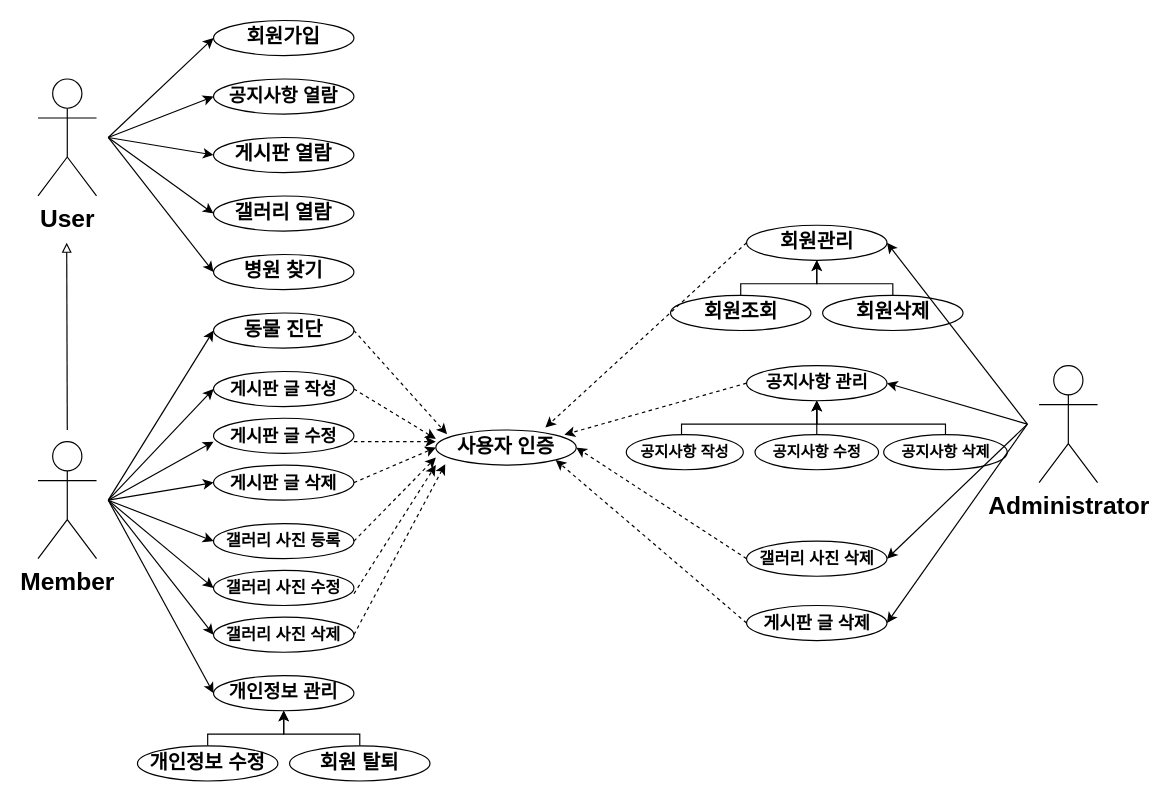
Before: UC/usecase.drawio in ch990916/PetDisease, a draw.io diagram. Source tidied: cells renumbered, new cells numbered last; positions are measured from the earlier drawing's top-left corner, leaving out a move shared by most shapes. Both pictures are drawn from the tidied source at 117%, with x=0, y=0 at pixel (37, 20).
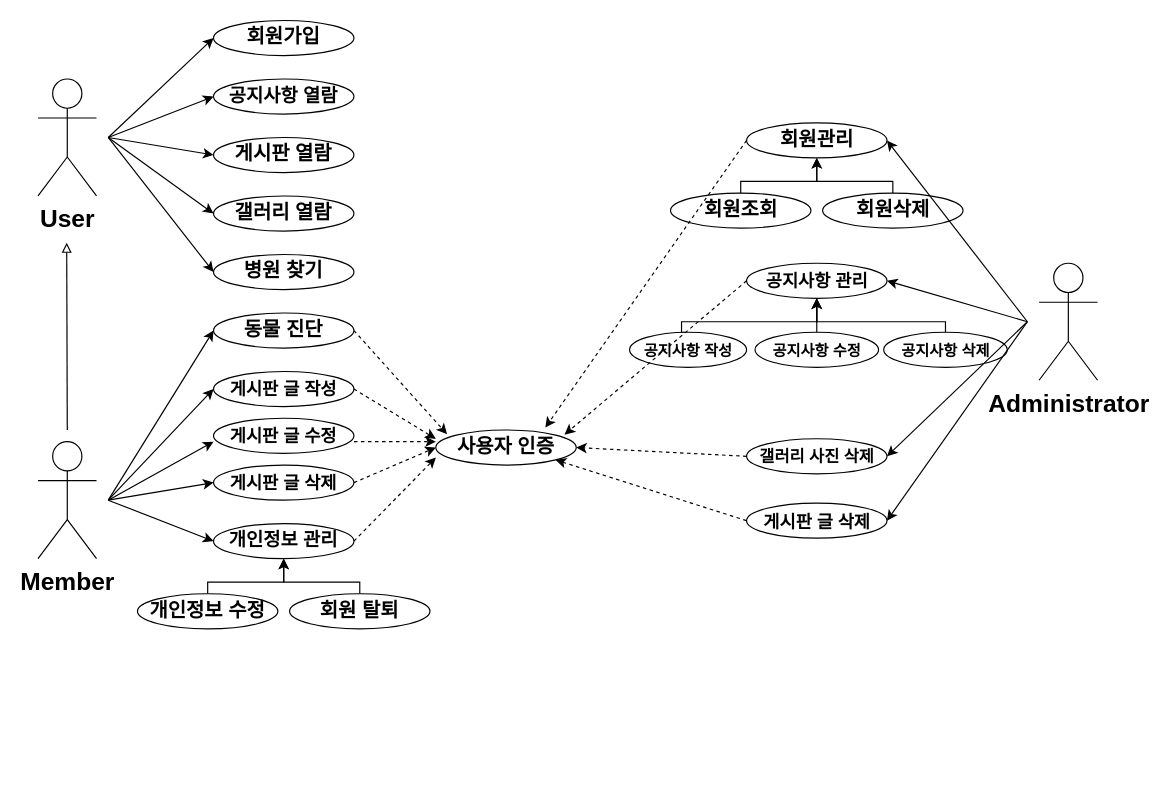
Above is the later version.

Commit message (it also covers changes not shown here):
변경사항   1) 다이어그램 갤러리 관련 삭제   2) 회원가입 시나리오 이메일 부분 추가 (인증 관련 추후 추가 고려)

Unchanged cells that the change refers to:
```xml
<mxCell id="11" value="&lt;span style=&quot;font-size: 17px;&quot;&gt;&lt;b&gt;사용자 인증&lt;/b&gt;&lt;/span&gt;" style="ellipse;whiteSpace=wrap;html=1;" parent="1" vertex="1">
  <mxGeometry x="340" y="350" width="120" height="30" as="geometry" />
</mxCell>
```

Diff of the diagram source:
```diff
@@
-    <mxCell id="8" value="&lt;font style=&quot;font-size: 14px;&quot;&gt;&lt;b style=&quot;font-size: 14px;&quot;&gt;갤러리 사진 등록&lt;/b&gt;&lt;/font&gt;" style="ellipse;whiteSpace=wrap;html=1;fontSize=14;" parent="1" vertex="1">
-      <mxGeometry x="150" y="430" width="120" height="30" as="geometry" />
-    </mxCell>
-    <mxCell id="9" value="&lt;font style=&quot;font-size: 14px;&quot;&gt;&lt;b style=&quot;font-size: 14px;&quot;&gt;갤러리 사진 삭제&lt;/b&gt;&lt;/font&gt;" style="ellipse;whiteSpace=wrap;html=1;fontSize=14;" parent="1" vertex="1">
-      <mxGeometry x="150" y="510" width="120" height="30" as="geometry" />
-    </mxCell>
@@
-    <mxCell id="18" style="endArrow=classic;html=1;rounded=0;entryX=0;entryY=0.787;entryDx=0;entryDy=0;exitX=1;exitY=0.5;exitDx=0;exitDy=0;dashed=1;entryPerimeter=0;" parent="1" edge="1" source="8" target="11">
-      <mxGeometry relative="1" as="geometry" />
+    <mxCell id="18" style="endArrow=classic;html=1;rounded=0;entryX=0;entryY=0.787;entryDx=0;entryDy=0;exitX=1;exitY=0.5;exitDx=0;exitDy=0;dashed=1;entryPerimeter=0;" parent="1" edge="1" target="11">
+      <mxGeometry relative="1" as="geometry">
+        <mxPoint x="270" y="445" as="sourcePoint" />
+      </mxGeometry>
     </mxCell>
-    <mxCell id="19" style="endArrow=classic;html=1;rounded=0;entryX=0.067;entryY=0.973;entryDx=0;entryDy=0;exitX=1;exitY=0.5;exitDx=0;exitDy=0;dashed=1;entryPerimeter=0;" parent="1" edge="1" source="9" target="11">
-      <mxGeometry relative="1" as="geometry" />
-    </mxCell>
@@
-    <mxCell id="22" style="endArrow=classic;html=1;rounded=0;entryX=0;entryY=0.5;entryDx=0;entryDy=0;" parent="1" edge="1" target="8">
-      <mxGeometry relative="1" as="geometry">
-        <mxPoint x="60" y="410" as="sourcePoint" />
-      </mxGeometry>
-    </mxCell>
-    <mxCell id="23" style="endArrow=classic;html=1;rounded=0;entryX=0;entryY=0.5;entryDx=0;entryDy=0;" parent="1" edge="1" target="9">
-      <mxGeometry relative="1" as="geometry">
-        <mxPoint x="60" y="410" as="sourcePoint" />
-      </mxGeometry>
-    </mxCell>
@@
     <mxCell id="31" value="Administrator" style="shape=umlActor;verticalLabelPosition=bottom;verticalAlign=top;html=1;fontSize=21;fontStyle=1;" parent="1" vertex="1">
-      <mxGeometry x="855.6" y="295" width="50" height="100" as="geometry" />
+      <mxGeometry x="855.6" y="207.5" width="50" height="100" as="geometry" />
     </mxCell>
     <mxCell id="32" value="&lt;font style=&quot;font-size: 17px;&quot;&gt;&lt;b&gt;회원관리&lt;/b&gt;&lt;/font&gt;" style="ellipse;whiteSpace=wrap;html=1;" parent="1" vertex="1">
-      <mxGeometry x="605.6" y="175" width="120" height="30" as="geometry" />
+      <mxGeometry x="605.6" y="87.5" width="120" height="30" as="geometry" />
     </mxCell>
     <mxCell id="33" style="edgeStyle=orthogonalEdgeStyle;rounded=0;jettySize=auto;html=1;exitX=0.5;exitY=0;exitDx=0;exitDy=0;entryX=0.5;entryY=1;entryDx=0;entryDy=0;" parent="1" edge="1" source="34" target="32">
       <mxGeometry relative="1" as="geometry">
         <Array as="points">
-          <mxPoint x="600.6" y="225" />
-          <mxPoint x="665.6" y="225" />
+          <mxPoint x="600.6" y="137.5" />
+          <mxPoint x="665.6" y="137.5" />
         </Array>
       </mxGeometry>
     </mxCell>
     <mxCell id="34" value="&lt;font style=&quot;font-size: 17px;&quot;&gt;&lt;b&gt;회원조회&lt;/b&gt;&lt;/font&gt;" style="ellipse;whiteSpace=wrap;html=1;" parent="1" vertex="1">
-      <mxGeometry x="540.6" y="235" width="120" height="30" as="geometry" />
+      <mxGeometry x="540.6" y="147.5" width="120" height="30" as="geometry" />
     </mxCell>
     <mxCell id="35" style="edgeStyle=orthogonalEdgeStyle;rounded=0;jettySize=auto;html=1;exitX=0.5;exitY=0;exitDx=0;exitDy=0;entryX=0.5;entryY=1;entryDx=0;entryDy=0;" parent="1" edge="1" source="36" target="32">
       <mxGeometry relative="1" as="geometry">
         <Array as="points">
-          <mxPoint x="730.6" y="225" />
-          <mxPoint x="665.6" y="225" />
+          <mxPoint x="730.6" y="137.5" />
+          <mxPoint x="665.6" y="137.5" />
         </Array>
       </mxGeometry>
     </mxCell>
     <mxCell id="36" value="&lt;font style=&quot;font-size: 17px;&quot;&gt;&lt;b&gt;회원삭제&lt;/b&gt;&lt;/font&gt;" style="ellipse;whiteSpace=wrap;html=1;" parent="1" vertex="1">
-      <mxGeometry x="670.6" y="235" width="120" height="30" as="geometry" />
+      <mxGeometry x="670.6" y="147.5" width="120" height="30" as="geometry" />
     </mxCell>
     <mxCell id="37" value="&lt;font style=&quot;font-size: 17px;&quot;&gt;&lt;b style=&quot;font-size: 15px;&quot;&gt;공지사항 관리&lt;/b&gt;&lt;/font&gt;" style="ellipse;whiteSpace=wrap;html=1;" parent="1" vertex="1">
-      <mxGeometry x="605.6" y="295" width="120" height="30" as="geometry" />
+      <mxGeometry x="605.6" y="207.5" width="120" height="30" as="geometry" />
     </mxCell>
-    <mxCell id="38" style="edgeStyle=orthogonalEdgeStyle;rounded=0;jettySize=auto;html=1;exitX=0.5;exitY=0;exitDx=0;exitDy=0;entryX=0.5;entryY=1;entryDx=0;entryDy=0;" parent="1" edge="1" source="39" target="37">
+    <mxCell id="38" style="edgeStyle=orthogonalEdgeStyle;rounded=0;jettySize=auto;html=1;exitX=0.5;exitY=0;exitDx=0;exitDy=0;entryX=0.5;entryY=1;entryDx=0;entryDy=0;" parent="1" edge="1" target="37">
       <mxGeometry relative="1" as="geometry">
+        <mxPoint x="552.8" y="266.5" as="sourcePoint" />
         <Array as="points">
-          <mxPoint x="550" y="345" />
-          <mxPoint x="666" y="345" />
+          <mxPoint x="550" y="257.5" />
+          <mxPoint x="666" y="257.5" />
         </Array>
       </mxGeometry>
     </mxCell>
     <mxCell id="39" value="&lt;font style=&quot;font-size: 13px;&quot;&gt;&lt;b style=&quot;font-size: 13px;&quot;&gt;공지사항 작성&lt;/b&gt;&lt;/font&gt;" style="ellipse;whiteSpace=wrap;html=1;fontSize=13;" parent="1" vertex="1">
-      <mxGeometry x="502.8" y="354" width="100" height="30" as="geometry" />
+      <mxGeometry x="505.6" y="266.5" width="100" height="30" as="geometry" />
     </mxCell>
     <mxCell id="40" style="edgeStyle=orthogonalEdgeStyle;rounded=0;jettySize=auto;html=1;exitX=0.5;exitY=0;exitDx=0;exitDy=0;entryX=0.5;entryY=1;entryDx=0;entryDy=0;" parent="1" edge="1" source="41" target="37">
       <mxGeometry relative="1" as="geometry">
         <Array as="points">
-          <mxPoint x="776" y="345" />
-          <mxPoint x="666" y="345" />
+          <mxPoint x="776" y="257.5" />
+          <mxPoint x="666" y="257.5" />
         </Array>
       </mxGeometry>
     </mxCell>
     <mxCell id="41" value="&lt;font style=&quot;font-size: 13px;&quot;&gt;&lt;b style=&quot;font-size: 13px;&quot;&gt;공지사항 삭제&lt;/b&gt;&lt;/font&gt;" style="ellipse;whiteSpace=wrap;html=1;fontSize=13;" parent="1" vertex="1">
-      <mxGeometry x="722.8" y="354" width="105.6" height="30" as="geometry" />
+      <mxGeometry x="722.8" y="266.5" width="105.6" height="30" as="geometry" />
     </mxCell>
@@
     <mxCell id="44" value="&lt;font style=&quot;font-size: 14px;&quot;&gt;&lt;b style=&quot;font-size: 14px;&quot;&gt;갤러리 사진 삭제&lt;/b&gt;&lt;/font&gt;" style="ellipse;whiteSpace=wrap;html=1;fontSize=14;" parent="1" vertex="1">
-      <mxGeometry x="605.6" y="445" width="120" height="30" as="geometry" />
+      <mxGeometry x="605.6" y="357.5" width="120" height="30" as="geometry" />
     </mxCell>
     <mxCell id="45" value="&lt;font style=&quot;font-size: 15px;&quot;&gt;&lt;b style=&quot;font-size: 15px;&quot;&gt;게시판 글 삭제&lt;/b&gt;&lt;/font&gt;" style="ellipse;whiteSpace=wrap;html=1;fontSize=15;" parent="1" vertex="1">
-      <mxGeometry x="605.6" y="500" width="120" height="30" as="geometry" />
+      <mxGeometry x="605.6" y="412.5" width="120" height="30" as="geometry" />
     </mxCell>
@@
     <mxCell id="48" style="endArrow=classic;html=1;rounded=0;entryX=1;entryY=0.5;entryDx=0;entryDy=0;" parent="1" edge="1" target="32">
       <mxGeometry relative="1" as="geometry">
-        <mxPoint x="845.6" y="345" as="sourcePoint" />
+        <mxPoint x="845.6" y="257.5" as="sourcePoint" />
       </mxGeometry>
     </mxCell>
     <mxCell id="49" style="endArrow=classic;html=1;rounded=0;entryX=1;entryY=0.5;entryDx=0;entryDy=0;" parent="1" edge="1" target="37">
       <mxGeometry relative="1" as="geometry">
-        <mxPoint x="845.6" y="345" as="sourcePoint" />
+        <mxPoint x="845.6" y="257.5" as="sourcePoint" />
       </mxGeometry>
     </mxCell>
     <mxCell id="50" style="endArrow=classic;html=1;rounded=0;entryX=1;entryY=0.5;entryDx=0;entryDy=0;" parent="1" edge="1" target="44">
       <mxGeometry relative="1" as="geometry">
-        <mxPoint x="845.6" y="345" as="sourcePoint" />
+        <mxPoint x="845.6" y="257.5" as="sourcePoint" />
       </mxGeometry>
     </mxCell>
     <mxCell id="51" style="endArrow=classic;html=1;rounded=0;entryX=1;entryY=0.5;entryDx=0;entryDy=0;" parent="1" edge="1" target="45">
       <mxGeometry relative="1" as="geometry">
-        <mxPoint x="845.6" y="345" as="sourcePoint" />
+        <mxPoint x="845.6" y="257.5" as="sourcePoint" />
       </mxGeometry>
     </mxCell>
     <mxCell id="52" value="&lt;font style=&quot;font-size: 17px;&quot;&gt;&lt;b style=&quot;font-size: 16px;&quot;&gt;개인정보 관리&lt;/b&gt;&lt;/font&gt;" style="ellipse;whiteSpace=wrap;html=1;" parent="1" vertex="1">
-      <mxGeometry x="150" y="560" width="120" height="30" as="geometry" />
+      <mxGeometry x="150" y="430" width="120" height="30" as="geometry" />
     </mxCell>
     <mxCell id="53" style="edgeStyle=orthogonalEdgeStyle;rounded=0;jettySize=auto;html=1;exitX=0.5;exitY=0;exitDx=0;exitDy=0;entryX=0.5;entryY=1;entryDx=0;entryDy=0;" parent="1" edge="1" source="54" target="52">
       <mxGeometry relative="1" as="geometry">
         <Array as="points">
-          <mxPoint x="145" y="610" />
-          <mxPoint x="210" y="610" />
+          <mxPoint x="145" y="480" />
+          <mxPoint x="210" y="480" />
         </Array>
       </mxGeometry>
     </mxCell>
     <mxCell id="54" value="&lt;font style=&quot;font-size: 17px;&quot;&gt;&lt;b&gt;개인정보 수정&lt;/b&gt;&lt;/font&gt;" style="ellipse;whiteSpace=wrap;html=1;" parent="1" vertex="1">
-      <mxGeometry x="85" y="620" width="120" height="30" as="geometry" />
+      <mxGeometry x="85" y="490" width="120" height="30" as="geometry" />
     </mxCell>
     <mxCell id="55" style="edgeStyle=orthogonalEdgeStyle;rounded=0;jettySize=auto;html=1;exitX=0.5;exitY=0;exitDx=0;exitDy=0;entryX=0.5;entryY=1;entryDx=0;entryDy=0;" parent="1" edge="1" source="56" target="52">
       <mxGeometry relative="1" as="geometry">
         <Array as="points">
-          <mxPoint x="275" y="610" />
-          <mxPoint x="210" y="610" />
+          <mxPoint x="275" y="480" />
+          <mxPoint x="210" y="480" />
         </Array>
       </mxGeometry>
     </mxCell>
     <mxCell id="56" value="&lt;span style=&quot;font-size: 17px;&quot;&gt;&lt;b&gt;회원 탈퇴&lt;/b&gt;&lt;/span&gt;" style="ellipse;whiteSpace=wrap;html=1;" parent="1" vertex="1">
-      <mxGeometry x="215" y="620" width="120" height="30" as="geometry" />
+      <mxGeometry x="215" y="490" width="120" height="30" as="geometry" />
     </mxCell>
@@
-    <mxCell id="59" value="&lt;font style=&quot;font-size: 14px;&quot;&gt;&lt;b style=&quot;font-size: 14px;&quot;&gt;갤러리 사진 수정&lt;/b&gt;&lt;/font&gt;" style="ellipse;whiteSpace=wrap;html=1;fontSize=14;" parent="1" vertex="1">
-      <mxGeometry x="150" y="470" width="120" height="30" as="geometry" />
-    </mxCell>
@@
     <mxCell id="61" value="&lt;font style=&quot;font-size: 13px;&quot;&gt;&lt;b style=&quot;font-size: 13px;&quot;&gt;공지사항 수정&lt;/b&gt;&lt;/font&gt;" style="ellipse;whiteSpace=wrap;html=1;fontSize=13;" parent="1" vertex="1">
-      <mxGeometry x="612.8" y="354" width="105.6" height="30" as="geometry" />
+      <mxGeometry x="612.8" y="266.5" width="105.6" height="30" as="geometry" />
     </mxCell>
@@
-    <mxCell id="63" style="endArrow=classic;html=1;rounded=0;entryX=0;entryY=0.5;entryDx=0;entryDy=0;" parent="1" edge="1">
-      <mxGeometry relative="1" as="geometry">
-        <mxPoint x="60" y="410" as="sourcePoint" />
-        <mxPoint x="150" y="485" as="targetPoint" />
-      </mxGeometry>
-    </mxCell>
@@
-    <mxCell id="65" style="endArrow=classic;html=1;rounded=0;exitX=1;exitY=0.5;exitDx=0;exitDy=0;dashed=1;" parent="1" edge="1">
-      <mxGeometry relative="1" as="geometry">
-        <mxPoint x="270" y="490" as="sourcePoint" />
-        <mxPoint x="340" y="380" as="targetPoint" />
-      </mxGeometry>
-    </mxCell>
```
